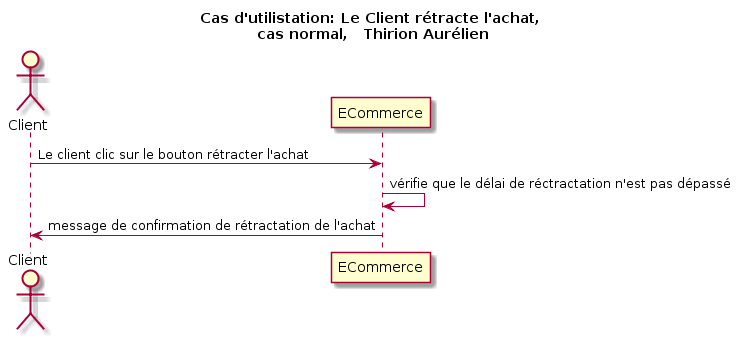
Earlier version of the PlantUML export DiagSequence/Client/rectracter l'achat/casNormal.png (Moinketroa/Ebayz). The source it was exported from:
```plantuml
@startuml
title Cas d'utilistation: Le Client rétracte l'achat,\n cas normal,   Thirion Aurélien

actor Client as v
participant ECommerce as e

v -> e: Le client clic sur le bouton rétracter l'achat
e -> e: vérifie que le délai de réctractation n'est pas dépassé
v <- e: message de confirmation de rétractation de l'achat
@enduml
```
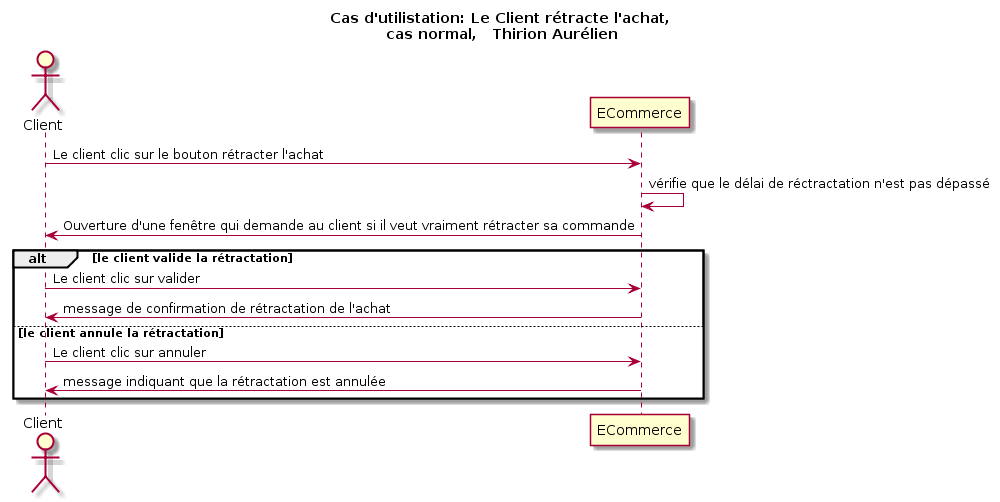
Above is the later version.

Commit message:
modif diag sequence client

The edit, as a diff of the source:
```diff
@@ -1,10 +1,18 @@
 @startuml
 title Cas d'utilistation: Le Client rétracte l'achat,\n cas normal,   Thirion Aurélien
 
-actor Client as v
+actor Client as c
 participant ECommerce as e
 
-v -> e: Le client clic sur le bouton rétracter l'achat
+c -> e: Le client clic sur le bouton rétracter l'achat
 e -> e: vérifie que le délai de réctractation n'est pas dépassé
-v <- e: message de confirmation de rétractation de l'achat
+c <- e: Ouverture d'une fenêtre qui demande au client si il veut vraiment rétracter sa commande
+
+alt le client valide la rétractation
+    c -> e: Le client clic sur valider
+    c <- e: message de confirmation de rétractation de l'achat
+else le client annule la rétractation
+    c -> e: Le client clic sur annuler
+    c <- e: message indiquant que la rétractation est annulée
+end
 @enduml
```
